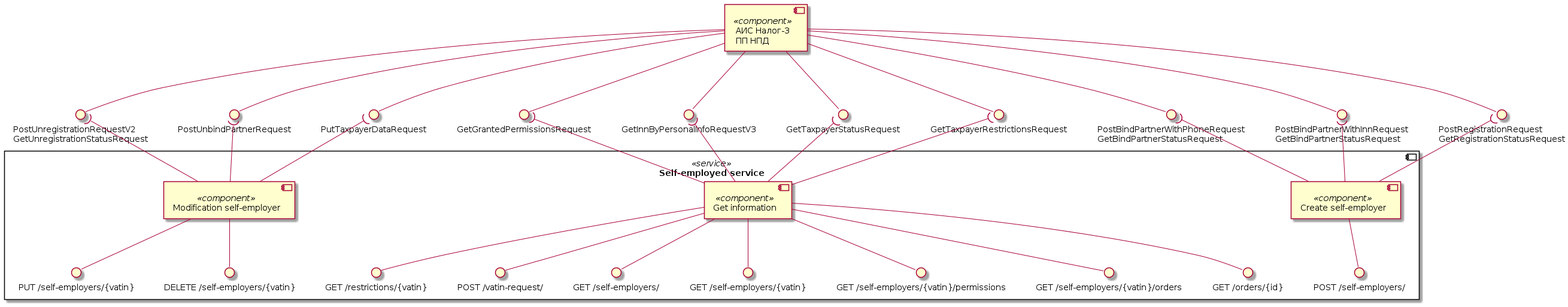
The PlantUML diagram assets/images/diagrams/self-employed-service/components/self-employer-components.png in RaikBitters/ibank-internal-services, before a commit.
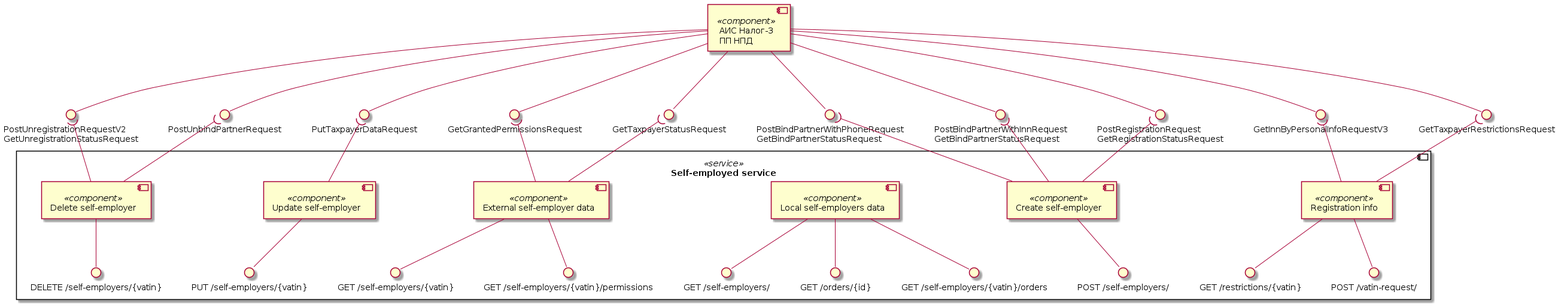
Above is the later version.

Diff of the diagram source:
```diff
@@ -25,47 +25,56 @@
 
 component "Self-employed service" as SelfEmplService <<service>> {
 
+component "Registration info" as RegInfo <<component>>
+interface "GET /restrictions/{vatin}" as getRestrictions
+interface "POST /vatin-request/" as postVatinRequest
+
+RegInfo -up-( getTaxpayerRestrictions
+RegInfo -up-( getInnByPersonalInfo
+
+RegInfo --() getRestrictions
+RegInfo --() postVatinRequest
+
 component "Create self-employer" as CreateSelfEmpl <<component>>
 interface "POST /self-employers/" as postSelfEmpls
+
 CreateSelfEmpl --() postSelfEmpls
 
 CreateSelfEmpl -up-( postTaxpayerRegistration
 CreateSelfEmpl -up-( postPartnerBindInn
 CreateSelfEmpl -up-( postPartnerBindPhone
 
-component "Get information" as Information <<component>>
-interface "GET /restrictions/{vatin}" as getRestrictions
-interface "POST /vatin-request/" as postVatinRequest
+component "Local self-employers data" as Local <<component>>
 interface "GET /self-employers/" as getSelfEmpls
 interface "GET /self-employers/{vatin}" as getSelfEmplsId
+interface "GET /orders/{id}" as getOrdersId
+interface "GET /self-employers/{vatin}/orders" as getSelfEmplsIdOrders
 interface "GET /self-employers/{vatin}/permissions" as getSelfEmplsIdPermission
-interface "GET /self-employers/{vatin}/orders" as getSelfEmplsIdOrders
-interface "GET /orders/{id}" as getOrdersId
 
-Information --() getSelfEmpls
-Information --() getSelfEmplsId
-Information --() getOrdersId
-Information --() getSelfEmplsIdOrders
-Information --() getSelfEmplsIdPermission
-Information --() getRestrictions
-Information --() postVatinRequest
-
-Information -up-( getTaxpayerRestrictions
-Information -up-( getTaxpayerStatus
-Information -up-( getInnByPersonalInfo
-Information -up-( getGrantedPermission
+Local --() getSelfEmpls
+Local --() getOrdersId
+Local --() getSelfEmplsIdOrders
 
 
-Component "Modification self-employer" as Modification <<component>>
+component "External self-employer data" as External <<component>>
+External --() getSelfEmplsId
+External --() getSelfEmplsIdPermission
+
+External -up-( getTaxpayerStatus
+External -up-( getGrantedPermission
+
+Component "Update self-employer" as Update <<component>>
 interface "PUT /self-employers/{vatin}" as putSelfEmplsId
+Update --() putSelfEmplsId
+Update -up-( putTaxpayerData
+
+
+Component "Delete self-employer" as Delete <<component>>
 interface "DELETE /self-employers/{vatin}" as delSelfEmplsId
 
-Modification --() putSelfEmplsId
-Modification --() delSelfEmplsId
-
-Modification -up-( putTaxpayerData
-Modification -up-( postPartnerUnbind
-Modification -up-( postTaxpayerUnregistration
+Delete --() delSelfEmplsId
+Delete -up-( postPartnerUnbind
+Delete -up-( postTaxpayerUnregistration
 
 }
 
```
